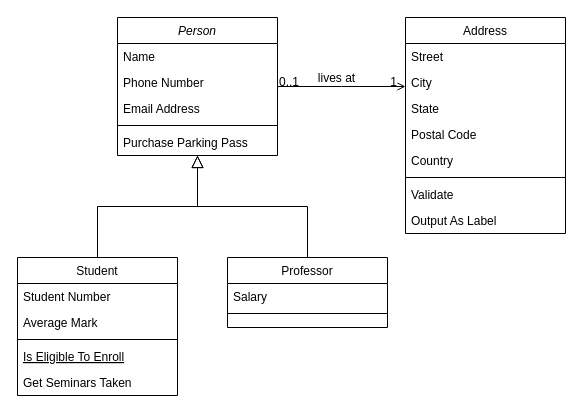
Simenwai/simendiscovery keeps this draw.io diagram as public/Untitled Diagram.drawio. Above is the earlier version. Source tidied: cells renumbered, new cells numbered last; positions are measured from the earlier drawing's top-left corner, leaving out a move shared by most shapes. Both pictures are drawn from the tidied source at 100%, with x=0, y=0 at pixel (17, 17).
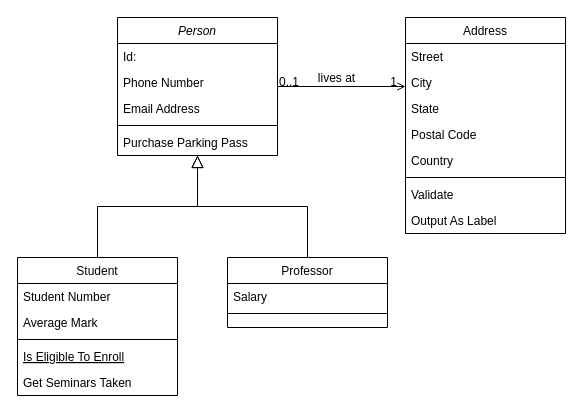
Above is the later version.

The change refers to these unchanged cells:
```xml
<mxCell id="2" value="Person" style="swimlane;fontStyle=2;align=center;verticalAlign=top;horizontal=1;startSize=26;rounded=0;shadow=0;strokeWidth=1;" parent="1" vertex="1">
  <mxGeometry x="100" width="160" height="138" as="geometry" />
</mxCell>
```

Diff of the diagram source:
```diff
@@
-    <mxCell id="3" value="Name" style="text;align=left;verticalAlign=top;spacingLeft=4;spacingRight=4;overflow=hidden;" parent="2" vertex="1">
+    <mxCell id="3" value="Id: " style="text;align=left;verticalAlign=top;spacingLeft=4;spacingRight=4;overflow=hidden;" parent="2" vertex="1">
       <mxGeometry y="26" width="160" height="26" as="geometry" />
     </mxCell>
```
